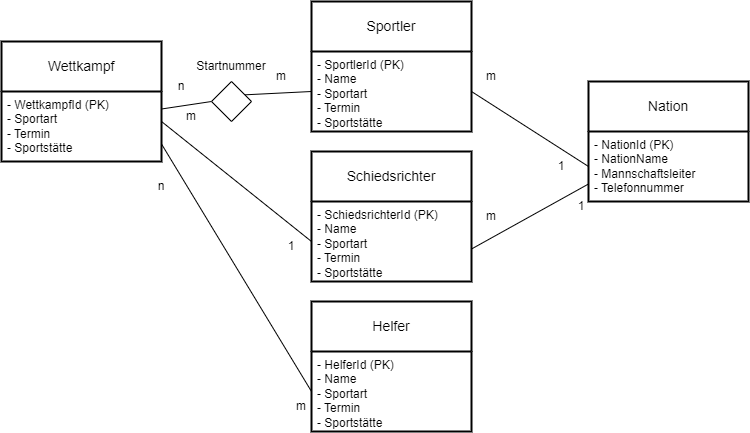
Above: 2. Halbjahr/SuD_NL/2. Datenbank Systeme/2025.01.14_Olympia_(ERD)/ERD.png in teremunart/school-fia (draw.io), before the change. Source tidied: cells renumbered, new cells last; positions are measured from the earlier drawing's top-left corner, leaving out a move shared by most shapes.
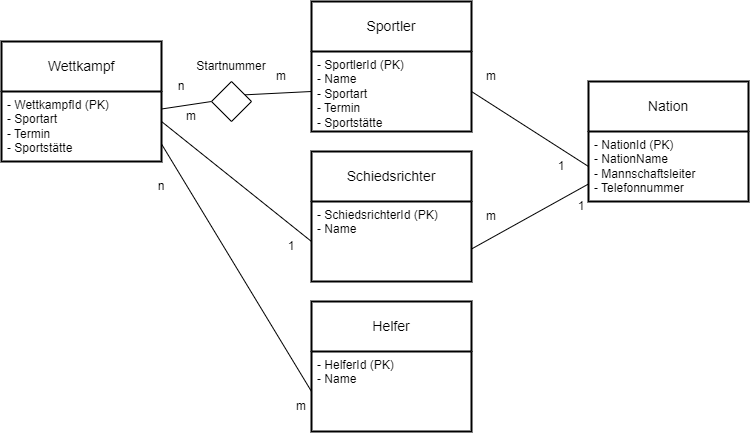
The same diagram one commit later.

Diff of the diagram source:
```diff
@@ -23,13 +23,13 @@
     <mxCell id="8" value="Schiedsrichter" style="swimlane;horizontal=1;startSize=50;rounded=0;fontSize=14;fontStyle=0;strokeWidth=2;shadow=0;dashed=0;align=center;arcSize=4;whiteSpace=wrap;html=1;" parent="1" vertex="1">
       <mxGeometry x="310" y="150" width="160" height="130" as="geometry" />
     </mxCell>
-    <mxCell id="9" value="- SchiedsrichterId (PK)&lt;br&gt;- Name&lt;br style=&quot;border-color: var(--border-color);&quot;&gt;- Sportart&lt;br style=&quot;border-color: var(--border-color);&quot;&gt;- Termin&lt;br style=&quot;border-color: var(--border-color);&quot;&gt;- Sportstätte" style="align=left;strokeColor=none;fillColor=none;spacingLeft=4;fontSize=12;verticalAlign=top;html=1;" parent="8" vertex="1">
+    <mxCell id="9" value="- SchiedsrichterId (PK)&lt;br&gt;- Name" style="align=left;strokeColor=none;fillColor=none;spacingLeft=4;fontSize=12;verticalAlign=top;html=1;" parent="8" vertex="1">
       <mxGeometry y="50" width="160" height="80" as="geometry" />
     </mxCell>
     <mxCell id="10" value="Helfer" style="swimlane;horizontal=1;startSize=50;rounded=0;fontSize=14;fontStyle=0;strokeWidth=2;shadow=0;dashed=0;align=center;arcSize=4;whiteSpace=wrap;html=1;" parent="1" vertex="1">
       <mxGeometry x="310" y="300" width="160" height="130" as="geometry" />
     </mxCell>
-    <mxCell id="11" value="- HelferId (PK)&lt;br&gt;- Name&lt;br style=&quot;border-color: var(--border-color);&quot;&gt;- Sportart&lt;br style=&quot;border-color: var(--border-color);&quot;&gt;- Termin&lt;br style=&quot;border-color: var(--border-color);&quot;&gt;- Sportstätte" style="align=left;strokeColor=none;fillColor=none;spacingLeft=4;fontSize=12;verticalAlign=top;html=1;" parent="10" vertex="1">
+    <mxCell id="11" value="- HelferId (PK)&lt;br&gt;- Name&lt;br style=&quot;border-color: var(--border-color);&quot;&gt;" style="align=left;strokeColor=none;fillColor=none;spacingLeft=4;fontSize=12;verticalAlign=top;html=1;" parent="10" vertex="1">
       <mxGeometry y="50" width="160" height="80" as="geometry" />
     </mxCell>
     <mxCell id="12" style="endArrow=none;html=1;rounded=0;exitX=1;exitY=0.75;exitDx=0;exitDy=0;entryX=0;entryY=0.5;entryDx=0;entryDy=0;" parent="1" edge="1" source="3" target="11">
```
